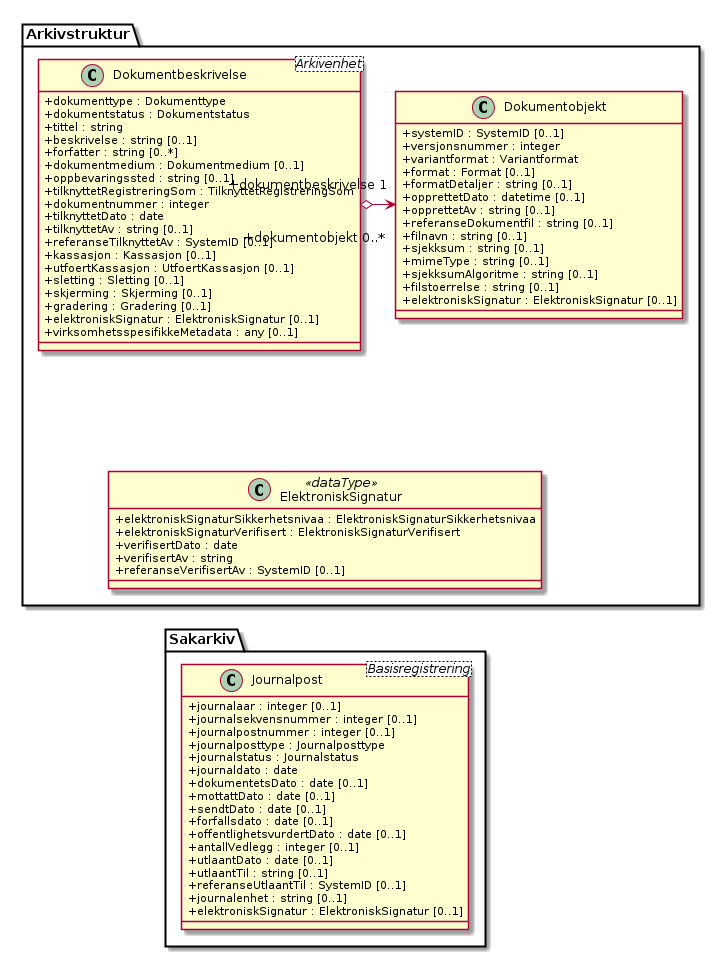
Before: kapitler/media/uml-elektronisk-signatur.png, a diagram exported from PlantUML (arkivverket/noark5-tjenestegrensesnitt-standard).
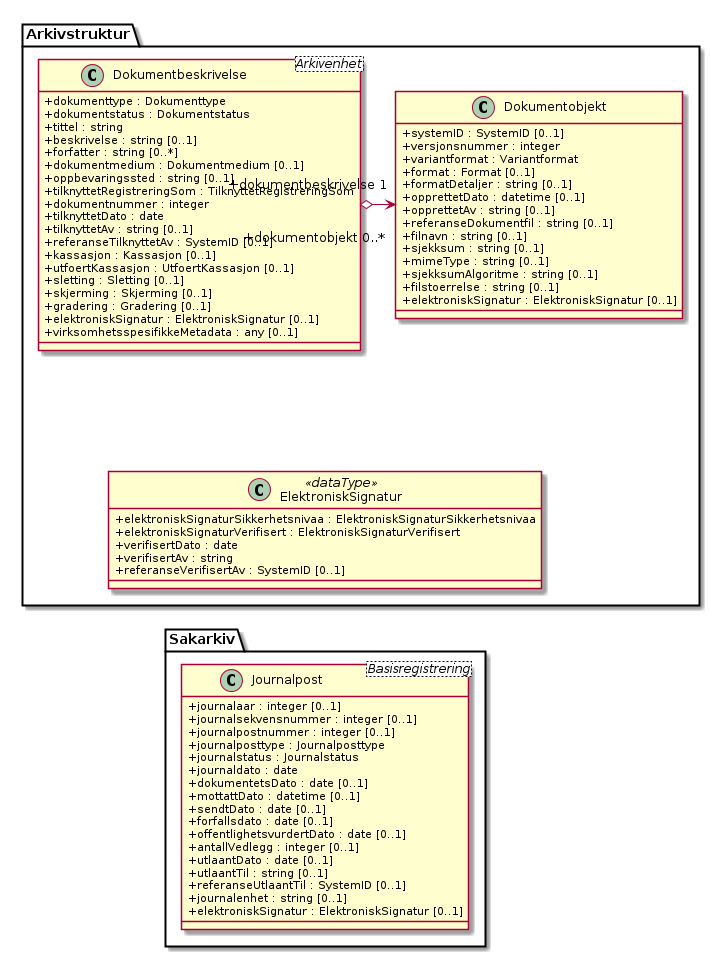
Above is the later version.

Change to the diagram source:
```diff
@@ -9,7 +9,7 @@
   +journalstatus : Journalstatus
   +journaldato : date
   +dokumentetsDato : date [0..1]
-  +mottattDato : date [0..1]
+  +mottattDato : datetime [0..1]
   +sendtDato : date [0..1]
   +forfallsdato : date [0..1]
   +offentlighetsvurdertDato : date [0..1]
```
